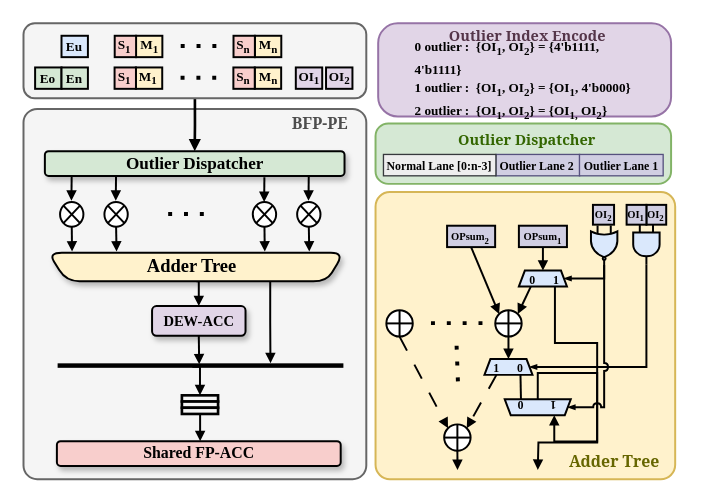
This is research1/architecture/top2_dewa_fpacc_architecture.drawio from akira2963753/research-space, a draw.io file, before an edit. Source tidied: cells renumbered, new cells numbered last; positions are measured from the earlier drawing's top-left corner, leaving out a move shared by most shapes. Both pictures are drawn from the tidied source at 132%, with x=0, y=0 at pixel (22, 22).
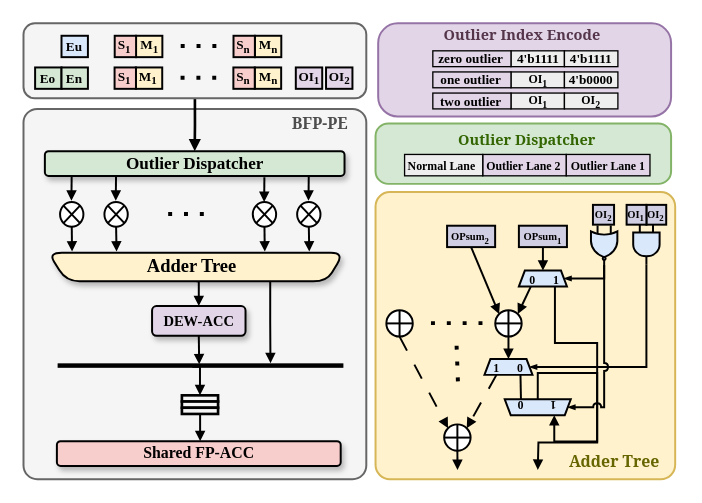
The same diagram, later.

Diff of the diagram source:
```diff
@@
-    <mxCell id="50" value="&lt;div style=&quot;&quot;&gt;&lt;span style=&quot;background-color: transparent; color: light-dark(rgb(0, 0, 0), rgb(255, 255, 255));&quot;&gt;&lt;font style=&quot;font-size: 10px;&quot; face=&quot;Garamond&quot;&gt;0 outlier :&amp;nbsp; {OI&lt;sub style=&quot;&quot;&gt;1&lt;/sub&gt;, OI&lt;sub style=&quot;&quot;&gt;2&lt;/sub&gt;} = {4'b1111, 4'b1111}&lt;/font&gt;&lt;/span&gt;&lt;/div&gt;&lt;div style=&quot;&quot;&gt;&lt;font style=&quot;font-size: 10px;&quot; face=&quot;Garamond&quot;&gt;&lt;span style=&quot;background-color: transparent; color: light-dark(rgb(0, 0, 0), rgb(255, 255, 255));&quot;&gt;1 outlier :&amp;nbsp; &lt;/span&gt;&lt;span style=&quot;background-color: transparent; color: light-dark(rgb(0, 0, 0), rgb(255, 255, 255));&quot;&gt;{OI&lt;/span&gt;&lt;sub style=&quot;background-color: transparent; color: light-dark(rgb(0, 0, 0), rgb(255, 255, 255));&quot;&gt;1&lt;/sub&gt;&lt;span style=&quot;background-color: transparent; color: light-dark(rgb(0, 0, 0), rgb(255, 255, 255));&quot;&gt;, OI&lt;/span&gt;&lt;sub style=&quot;background-color: transparent; color: light-dark(rgb(0, 0, 0), rgb(255, 255, 255));&quot;&gt;2&lt;/sub&gt;&lt;span style=&quot;background-color: transparent; color: light-dark(rgb(0, 0, 0), rgb(255, 255, 255));&quot;&gt;} = {OI&lt;/span&gt;&lt;span style=&quot;background-color: transparent; color: light-dark(rgb(0, 0, 0), rgb(255, 255, 255));&quot;&gt;&lt;sub&gt;1&lt;/sub&gt;&lt;/span&gt;&lt;span style=&quot;background-color: transparent; color: light-dark(rgb(0, 0, 0), rgb(255, 255, 255));&quot;&gt;, 4'b0000}&lt;/span&gt;&lt;/font&gt;&lt;/div&gt;&lt;div style=&quot;&quot;&gt;&lt;font style=&quot;font-size: 10px;&quot; face=&quot;Garamond&quot;&gt;&lt;span style=&quot;background-color: transparent; color: light-dark(rgb(0, 0, 0), rgb(255, 255, 255));&quot;&gt;2 outlier :&amp;nbsp; &lt;/span&gt;&lt;span style=&quot;background-color: transparent; color: light-dark(rgb(0, 0, 0), rgb(255, 255, 255));&quot;&gt;{OI&lt;/span&gt;&lt;sub style=&quot;background-color: transparent; color: light-dark(rgb(0, 0, 0), rgb(255, 255, 255));&quot;&gt;1&lt;/sub&gt;&lt;span style=&quot;background-color: transparent; color: light-dark(rgb(0, 0, 0), rgb(255, 255, 255));&quot;&gt;, OI&lt;/span&gt;&lt;sub style=&quot;background-color: transparent; color: light-dark(rgb(0, 0, 0), rgb(255, 255, 255));&quot;&gt;2&lt;/sub&gt;&lt;span style=&quot;background-color: transparent; color: light-dark(rgb(0, 0, 0), rgb(255, 255, 255));&quot;&gt;} = {OI&lt;/span&gt;&lt;span style=&quot;background-color: transparent; color: light-dark(rgb(0, 0, 0), rgb(255, 255, 255));&quot;&gt;&lt;sub&gt;1,&lt;/sub&gt;&lt;/span&gt;&lt;span style=&quot;background-color: transparent; color: light-dark(rgb(0, 0, 0), rgb(255, 255, 255));&quot;&gt;&amp;nbsp;&lt;/span&gt;&lt;span style=&quot;color: light-dark(rgb(0, 0, 0), rgb(255, 255, 255)); background-color: transparent;&quot;&gt;OI&lt;/span&gt;&lt;sub style=&quot;color: light-dark(rgb(0, 0, 0), rgb(255, 255, 255)); background-color: transparent;&quot;&gt;2&lt;/sub&gt;&lt;span style=&quot;background-color: transparent; color: light-dark(rgb(0, 0, 0), rgb(255, 255, 255));&quot;&gt;}&lt;/span&gt;&lt;/font&gt;&lt;/div&gt;" style="text;html=1;whiteSpace=wrap;align=left;verticalAlign=middle;rounded=0;fontFamily=Garamond;fontStyle=1;strokeWidth=1;" parent="1" vertex="1">
-      <mxGeometry x="294.8" y="21.9" width="176.5" height="43.1" as="geometry" />
-    </mxCell>
@@
-    <mxCell id="80" value="&lt;font style=&quot;font-size: 9px;&quot;&gt;Outlier Lane 2&lt;/font&gt;" style="rounded=0;whiteSpace=wrap;html=1;fillColor=#d0cee2;strokeColor=#56517e;strokeWidth=1;fontFamily=Garamond;fontStyle=1;fontSize=10;" parent="1" vertex="1">
-      <mxGeometry x="358.2" y="99.5" width="63.4" height="16.2" as="geometry" />
+    <mxCell id="80" value="&lt;font style=&quot;font-size: 9px;&quot;&gt;Outlier Lane 2&lt;/font&gt;" style="rounded=0;whiteSpace=wrap;html=1;fillColor=#e1d5e7;strokeColor=default;strokeWidth=1;fontFamily=Garamond;fontStyle=1;fontSize=10;" parent="1" vertex="1">
+      <mxGeometry x="348.2" y="99.5" width="63.4" height="16.2" as="geometry" />
     </mxCell>
-    <mxCell id="81" value="&lt;font style=&quot;font-size: 9px;&quot;&gt;Outlier Lane 1&lt;/font&gt;" style="rounded=0;whiteSpace=wrap;html=1;fillColor=#d0cee2;strokeColor=#56517e;strokeWidth=1;fontFamily=Garamond;fontStyle=1;fontSize=10;" parent="1" vertex="1">
-      <mxGeometry x="421.5" y="99.5" width="63.4" height="16.2" as="geometry" />
+    <mxCell id="81" value="&lt;font style=&quot;font-size: 9px;&quot;&gt;Outlier Lane 1&lt;/font&gt;" style="rounded=0;whiteSpace=wrap;html=1;fillColor=#e1d5e7;strokeColor=default;strokeWidth=1;fontFamily=Garamond;fontStyle=1;fontSize=10;" parent="1" vertex="1">
+      <mxGeometry x="411.5" y="99.5" width="63.4" height="16.2" as="geometry" />
     </mxCell>
@@
     <mxCell id="83" value="&lt;div style=&quot;&quot;&gt;&lt;font face=&quot;Georgia&quot; style=&quot;font-size: 11px; color: rgb(84, 53, 73);&quot;&gt;Outlier Index Encode&lt;/font&gt;&lt;/div&gt;" style="text;html=1;whiteSpace=wrap;align=left;verticalAlign=middle;rounded=0;fontFamily=Garamond;fontStyle=1;strokeWidth=1;" parent="1" vertex="1">
-      <mxGeometry x="321.2" y="4" width="124" height="12" as="geometry" />
+      <mxGeometry x="316.9" y="3" width="124" height="12" as="geometry" />
     </mxCell>
-    <mxCell id="84" value="&lt;font style=&quot;font-size: 9px;&quot;&gt;Normal Lane [0:n-3]&lt;/font&gt;" style="rounded=0;whiteSpace=wrap;html=1;fillColor=#eeeeee;strokeColor=#36393d;strokeWidth=1;fontFamily=Garamond;fontStyle=1;fontSize=10;" parent="1" vertex="1">
-      <mxGeometry x="273" y="99.5" width="85.2" height="16.2" as="geometry" />
+    <mxCell id="84" value="&lt;font style=&quot;font-size: 9px;&quot;&gt;Normal Lane&amp;nbsp;&lt;/font&gt;" style="rounded=0;whiteSpace=wrap;html=1;fillColor=#eeeeee;strokeColor=default;strokeWidth=1;fontFamily=Garamond;fontStyle=1;fontSize=10;" parent="1" vertex="1">
+      <mxGeometry x="289" y="99.5" width="59.2" height="16.2" as="geometry" />
     </mxCell>
@@
+    <mxCell id="86" value="&lt;font size=&quot;1&quot;&gt;4'b1111&lt;/font&gt;" style="rounded=0;whiteSpace=wrap;html=1;fillColor=#eeeeee;strokeColor=default;strokeWidth=1;fontFamily=Garamond;fontStyle=1;fontSize=10;" parent="1" vertex="1">
+      <mxGeometry x="369.6" y="21" width="40.5" height="12" as="geometry" />
+    </mxCell>
+    <mxCell id="87" value="&lt;font size=&quot;1&quot;&gt;4'b1111&lt;/font&gt;" style="rounded=0;whiteSpace=wrap;html=1;fillColor=#eeeeee;strokeColor=default;strokeWidth=1;fontFamily=Garamond;fontStyle=1;fontSize=10;" parent="1" vertex="1">
+      <mxGeometry x="410.1" y="21" width="40.5" height="12" as="geometry" />
+    </mxCell>
+    <mxCell id="88" value="&lt;font style=&quot;font-size: 9px;&quot;&gt;OI&lt;sub&gt;1&lt;/sub&gt;&lt;/font&gt;" style="rounded=0;whiteSpace=wrap;html=1;fillColor=#eeeeee;strokeColor=default;strokeWidth=1;fontFamily=Garamond;fontStyle=1;fontSize=10;" parent="1" vertex="1">
+      <mxGeometry x="369.6" y="37" width="40.5" height="12" as="geometry" />
+    </mxCell>
+    <mxCell id="89" value="&lt;font size=&quot;1&quot;&gt;4'b0000&lt;/font&gt;" style="rounded=0;whiteSpace=wrap;html=1;fillColor=#eeeeee;strokeColor=default;strokeWidth=1;fontFamily=Garamond;fontStyle=1;fontSize=10;" parent="1" vertex="1">
+      <mxGeometry x="410.1" y="37" width="40.5" height="12" as="geometry" />
+    </mxCell>
+    <mxCell id="90" value="&lt;font style=&quot;font-size: 9px;&quot;&gt;OI&lt;sub&gt;1&lt;/sub&gt;&lt;/font&gt;" style="rounded=0;whiteSpace=wrap;html=1;fillColor=#eeeeee;strokeColor=default;strokeWidth=1;fontFamily=Garamond;fontStyle=1;fontSize=10;" parent="1" vertex="1">
+      <mxGeometry x="369.6" y="53" width="40.5" height="12" as="geometry" />
+    </mxCell>
+    <mxCell id="91" value="&lt;font style=&quot;font-size: 9px;&quot;&gt;OI&lt;sub&gt;2&lt;/sub&gt;&lt;/font&gt;" style="rounded=0;whiteSpace=wrap;html=1;fillColor=#eeeeee;strokeColor=default;strokeWidth=1;fontFamily=Garamond;fontStyle=1;fontSize=10;" parent="1" vertex="1">
+      <mxGeometry x="410.1" y="53" width="40.5" height="12" as="geometry" />
+    </mxCell>
+    <mxCell id="92" value="&lt;font size=&quot;1&quot;&gt;zero outlier&lt;/font&gt;" style="rounded=0;whiteSpace=wrap;html=1;fillColor=#e1d5e7;strokeColor=default;strokeWidth=1;fontFamily=Garamond;fontStyle=1;fontSize=10;" parent="1" vertex="1">
+      <mxGeometry x="310.4" y="21" width="59.2" height="12" as="geometry" />
+    </mxCell>
+    <mxCell id="93" value="&lt;font size=&quot;1&quot;&gt;one outlier&lt;/font&gt;" style="rounded=0;whiteSpace=wrap;html=1;fillColor=#e1d5e7;strokeColor=default;strokeWidth=1;fontFamily=Garamond;fontStyle=1;fontSize=10;" parent="1" vertex="1">
+      <mxGeometry x="310.4" y="37" width="59.2" height="12" as="geometry" />
+    </mxCell>
+    <mxCell id="94" value="&lt;font size=&quot;1&quot;&gt;two outlier&lt;/font&gt;" style="rounded=0;whiteSpace=wrap;html=1;fillColor=#e1d5e7;strokeColor=default;strokeWidth=1;fontFamily=Garamond;fontStyle=1;fontSize=10;" parent="1" vertex="1">
+      <mxGeometry x="310.4" y="53" width="59.2" height="12" as="geometry" />
+    </mxCell>
```
